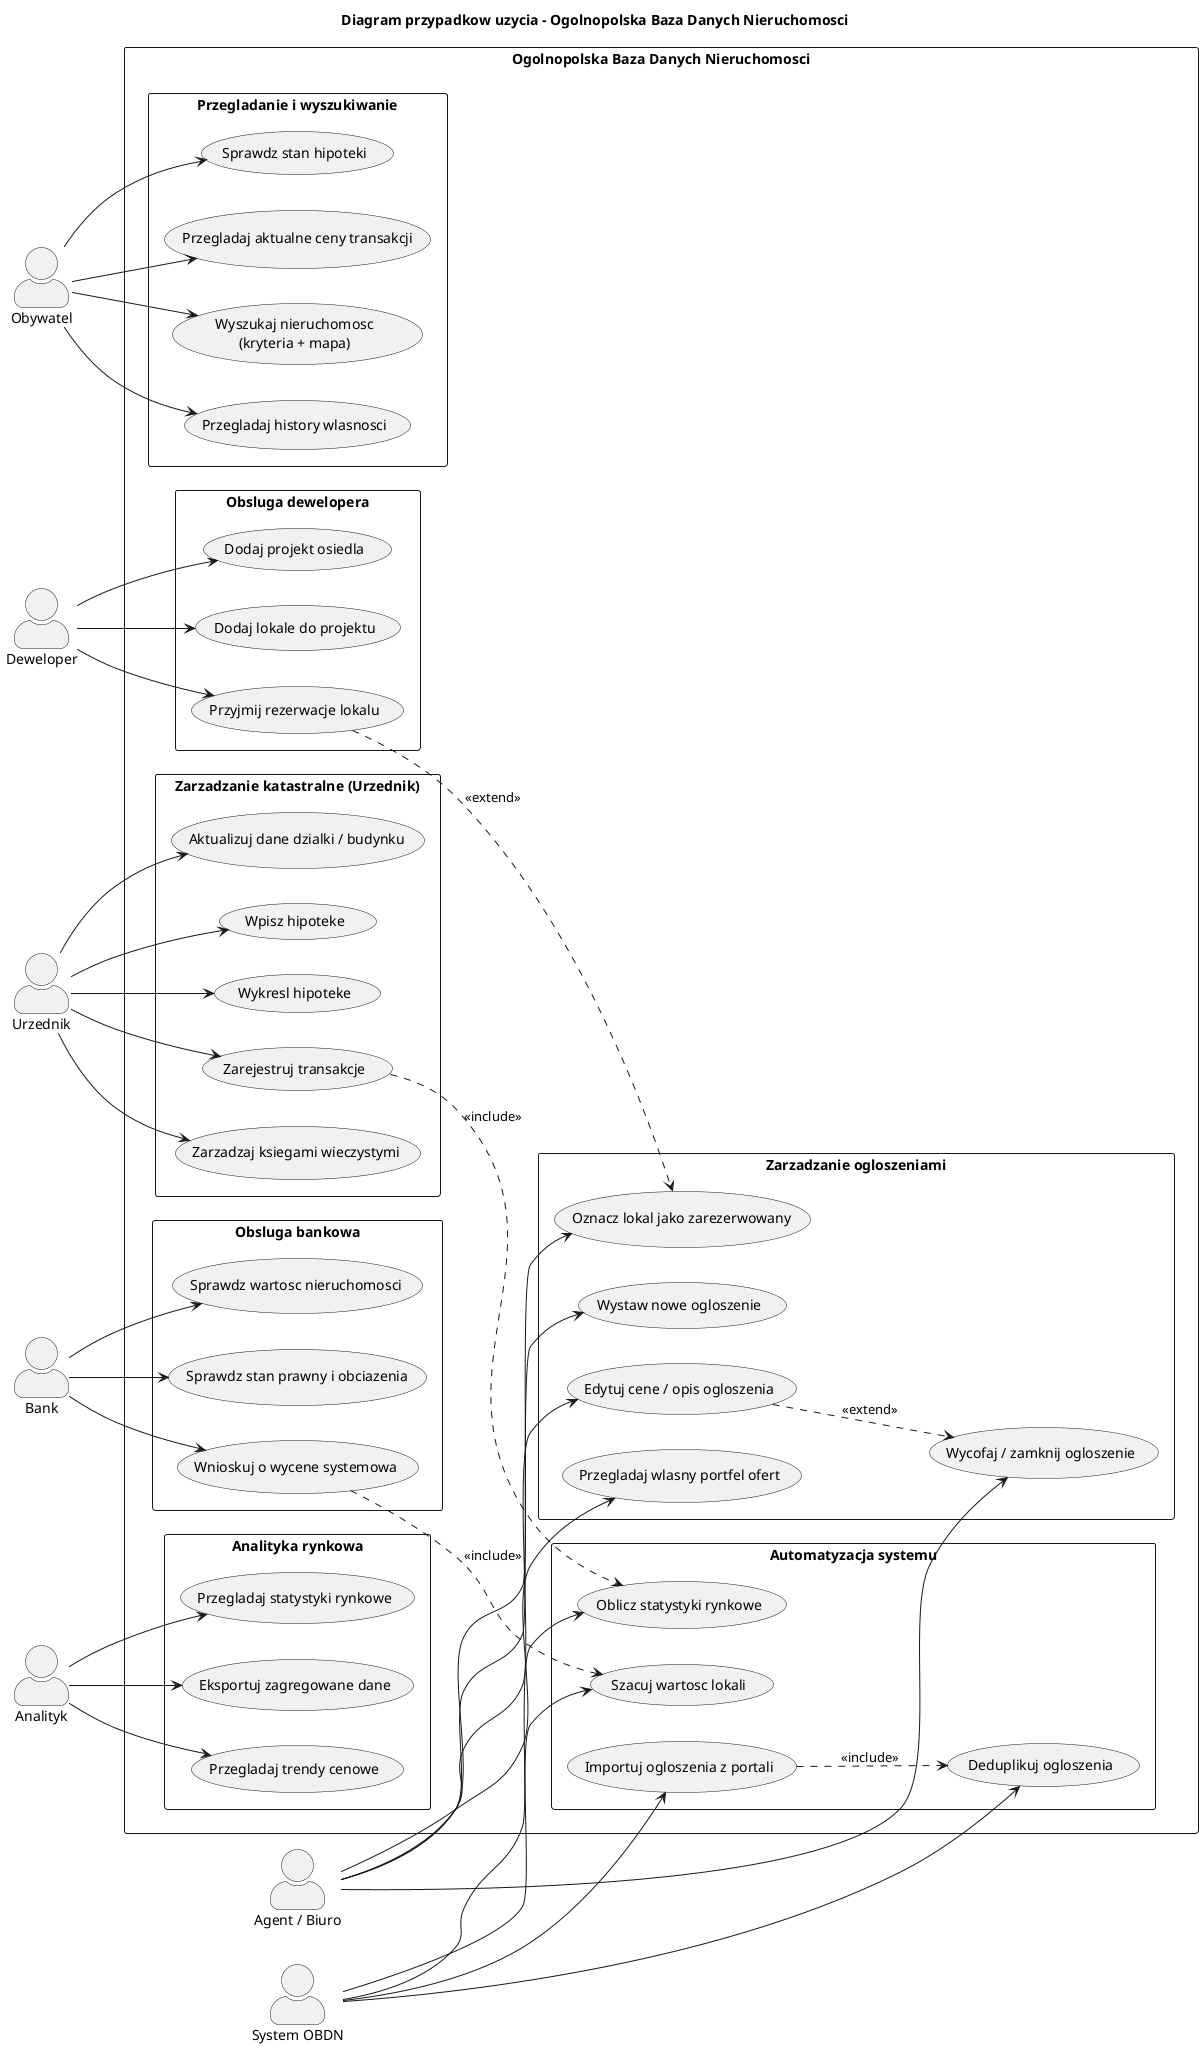
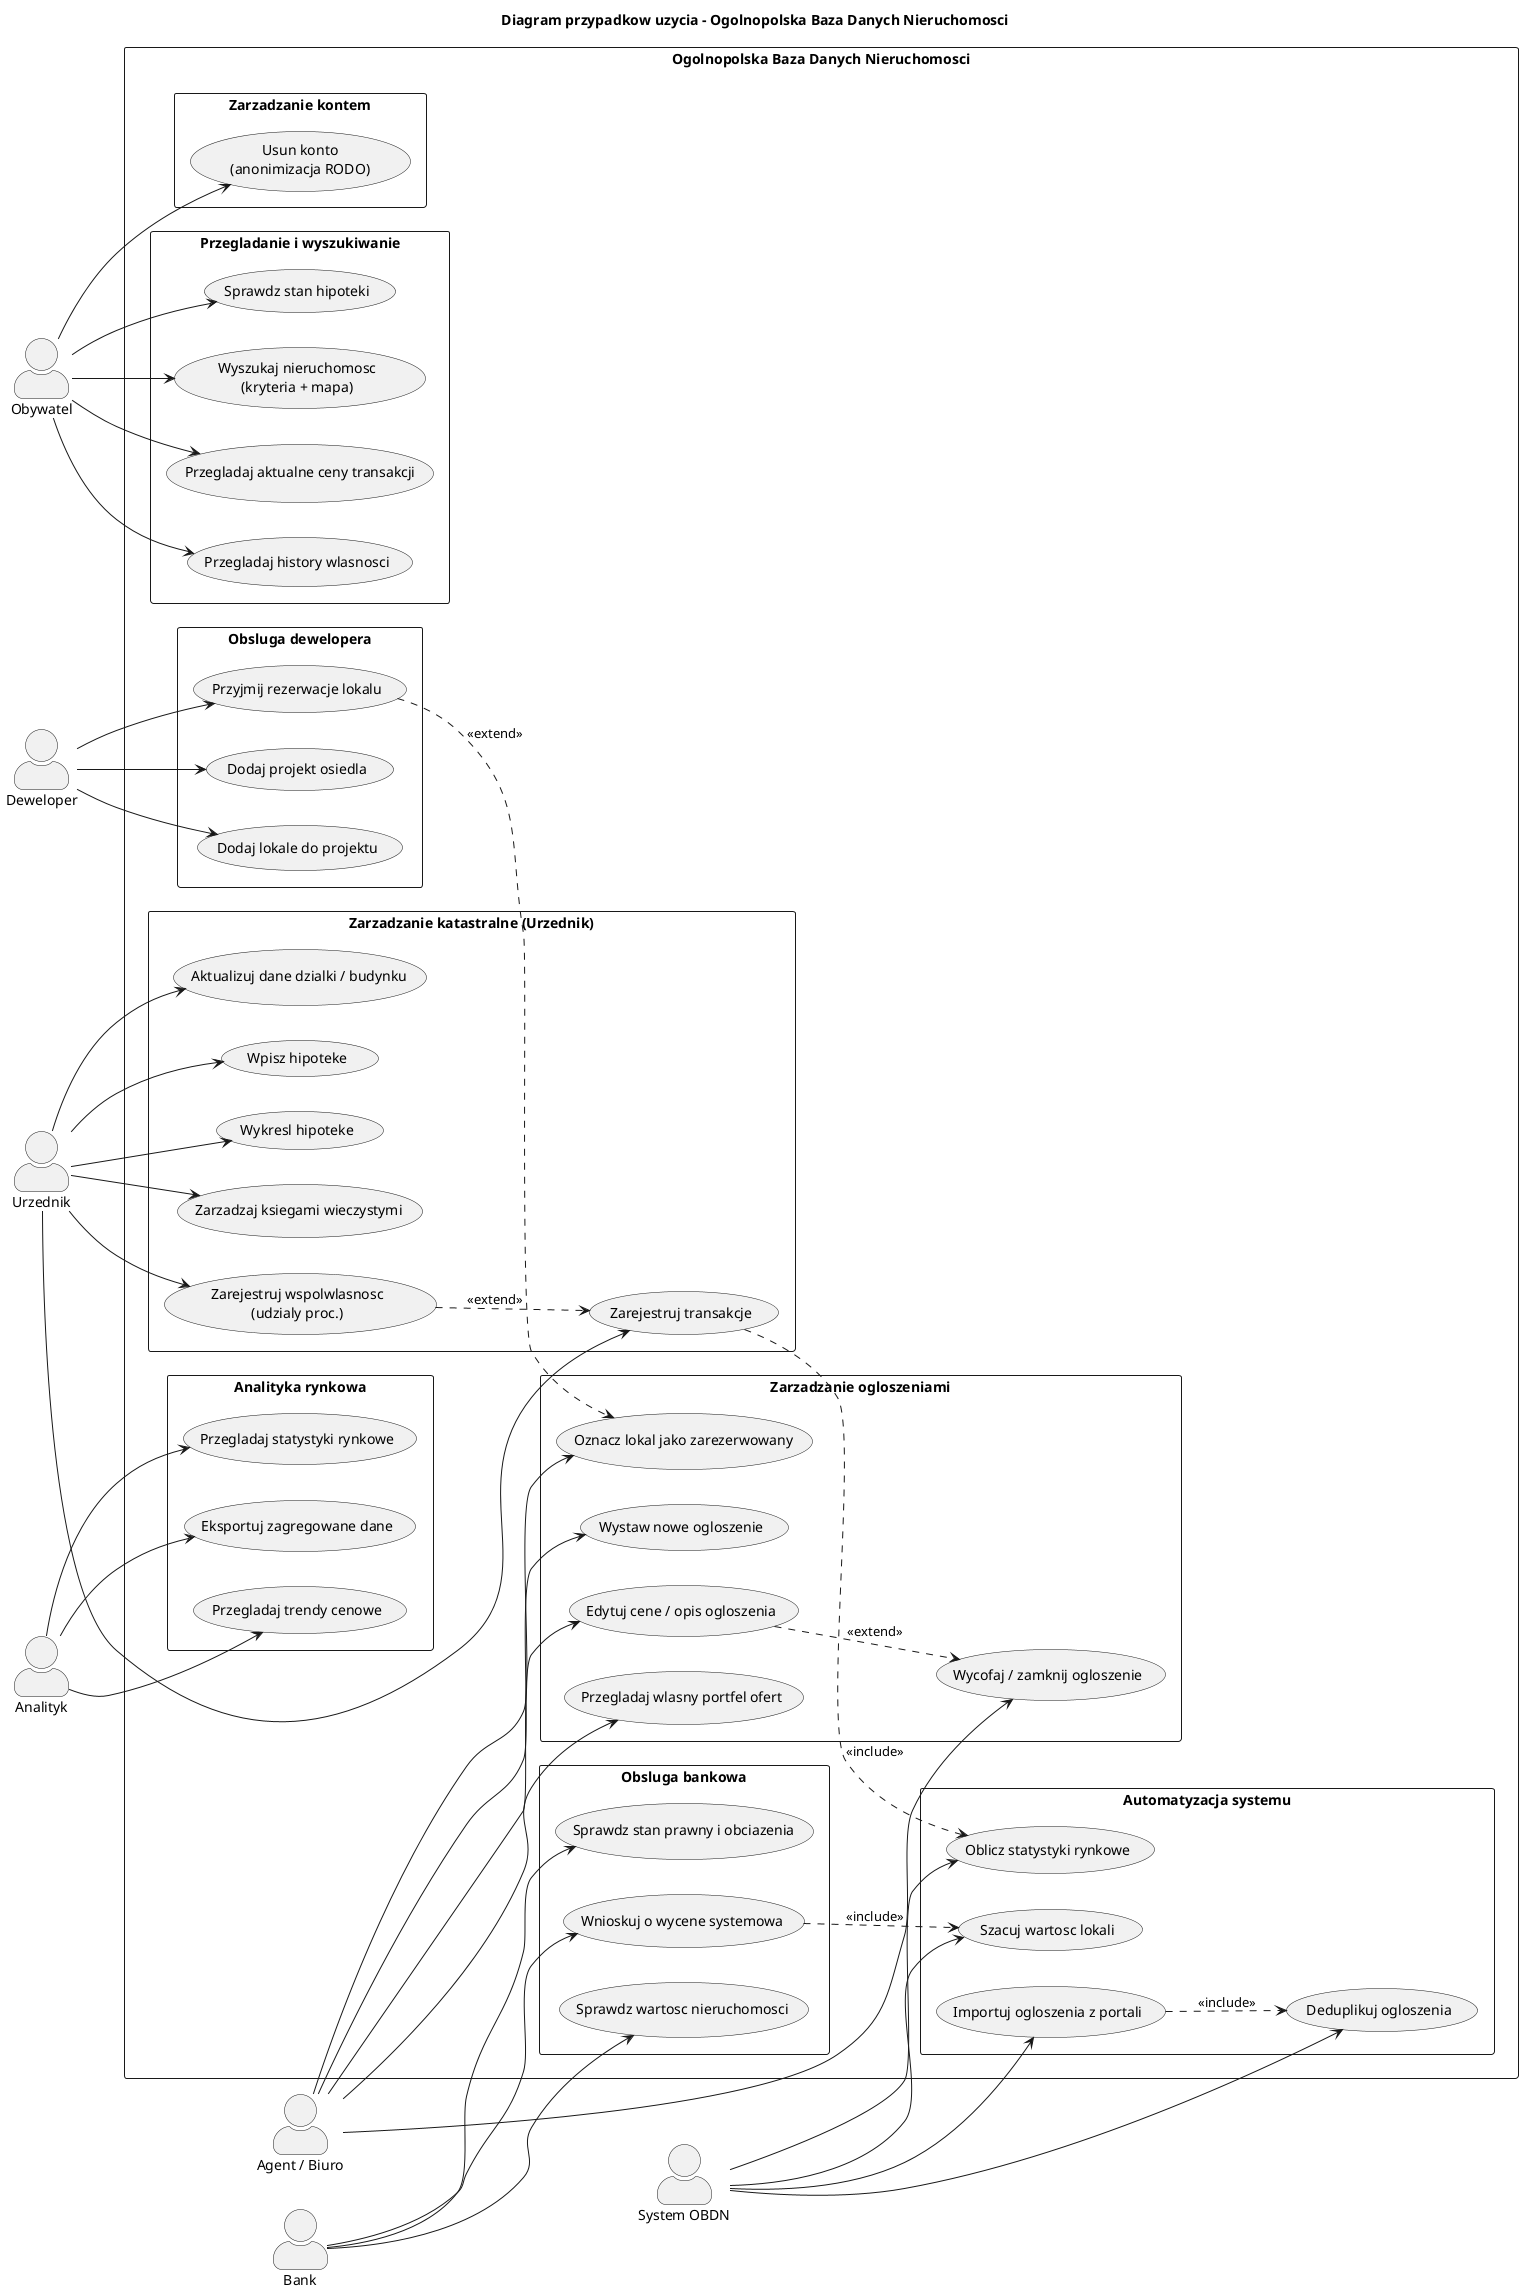
@startuml
title Diagram przypadkow uzycia – Ogolnopolska Baza Danych Nieruchomosci

left to right direction
skinparam actorStyle awesome
skinparam packageStyle rectangle

actor "Obywatel"            as OB
actor "Agent / Biuro"       as AG
actor "Deweloper"           as DE
actor "Urzednik"            as UR
actor "Bank"                as BA
actor "Analityk"            as AN
actor "System OBDN"         as SY

rectangle "Ogolnopolska Baza Danych Nieruchomosci" {

  package "Przegladanie i wyszukiwanie" {
    usecase "Wyszukaj nieruchomosc\n(kryteria + mapa)"   as UC1
    usecase "Przegladaj history wlasnosci"               as UC2
    usecase "Sprawdz stan hipoteki"                      as UC3
    usecase "Przegladaj aktualne ceny transakcji"        as UC4
  }

  package "Zarzadzanie ogloszeniami" {
    usecase "Wystaw nowe ogloszenie"                     as UC5
    usecase "Edytuj cene / opis ogloszenia"              as UC6
    usecase "Oznacz lokal jako zarezerwowany"            as UC7
    usecase "Wycofaj / zamknij ogloszenie"               as UC8
    usecase "Przegladaj wlasny portfel ofert"            as UC9
  }

  package "Obsluga dewelopera" {
    usecase "Dodaj projekt osiedla"                      as UC10
    usecase "Dodaj lokale do projektu"                   as UC11
    usecase "Przyjmij rezerwacje lokalu"                 as UC12
  }

  package "Zarzadzanie katastralne (Urzednik)" {
    usecase "Aktualizuj dane dzialki / budynku"          as UC13
    usecase "Wpisz hipoteke"                             as UC14
    usecase "Wykresl hipoteke"                           as UC15
    usecase "Zarejestruj transakcje"                     as UC16
    usecase "Zarzadzaj ksiegami wieczystymi"             as UC17
+     usecase "Zarejestruj wspolwlasnosc\n(udzialy proc.)" as UC18
  }

  package "Obsluga bankowa" {
-     usecase "Sprawdz wartosc nieruchomosci"              as UC18
-     usecase "Sprawdz stan prawny i obciazenia"           as UC19
-     usecase "Wnioskuj o wycene systemowa"                as UC20
+     usecase "Sprawdz wartosc nieruchomosci"              as UC19
+     usecase "Sprawdz stan prawny i obciazenia"           as UC20
+     usecase "Wnioskuj o wycene systemowa"                as UC21
  }

  package "Analityka rynkowa" {
-     usecase "Przegladaj statystyki rynkowe"              as UC21
-     usecase "Eksportuj zagregowane dane"                 as UC22
-     usecase "Przegladaj trendy cenowe"                   as UC23
+     usecase "Przegladaj statystyki rynkowe"              as UC22
+     usecase "Eksportuj zagregowane dane"                 as UC23
+     usecase "Przegladaj trendy cenowe"                   as UC24
  }

  package "Automatyzacja systemu" {
-     usecase "Importuj ogloszenia z portali"              as UC24
-     usecase "Deduplikuj ogloszenia"                      as UC25
-     usecase "Oblicz statystyki rynkowe"                  as UC26
-     usecase "Szacuj wartosc lokali"                      as UC27
+     usecase "Importuj ogloszenia z portali"              as UC25
+     usecase "Deduplikuj ogloszenia"                      as UC26
+     usecase "Oblicz statystyki rynkowe"                  as UC27
+     usecase "Szacuj wartosc lokali"                      as UC28
+   }
+ 
+   package "Zarzadzanie kontem" {
+     usecase "Usun konto\n(anonimizacja RODO)"           as UC29
  }
}

OB --> UC1
OB --> UC2
OB --> UC3
OB --> UC4
+ OB --> UC29

AG --> UC5
AG --> UC6
AG --> UC7
AG --> UC8
AG --> UC9

DE --> UC10
DE --> UC11
DE --> UC12

UR --> UC13
UR --> UC14
UR --> UC15
UR --> UC16
UR --> UC17
+ UR --> UC18

- BA --> UC18
BA --> UC19
BA --> UC20
+ BA --> UC21

- AN --> UC21
AN --> UC22
AN --> UC23
+ AN --> UC24

- SY --> UC24
SY --> UC25
SY --> UC26
SY --> UC27
+ SY --> UC28

- UC24 ..> UC25 : <<include>>
- UC16 ..> UC26 : <<include>>
- UC20 ..> UC27 : <<include>>
+ UC25 ..> UC26 : <<include>>
+ UC16 ..> UC27 : <<include>>
+ UC21 ..> UC28 : <<include>>
UC6  ..> UC8  : <<extend>>
UC12 ..> UC7  : <<extend>>
+ UC18 ..> UC16 : <<extend>>
@enduml
